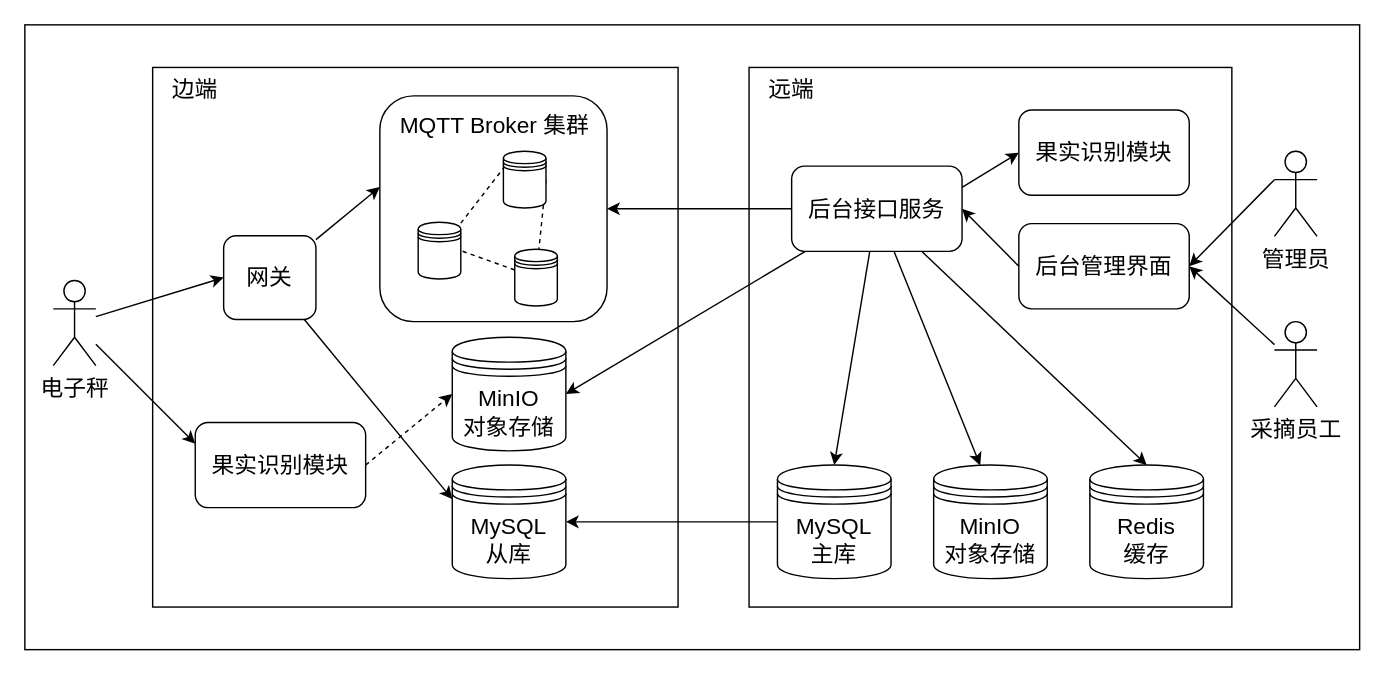
Before: design/软件部署架构图.dio in akynazh/aws, a draw.io diagram. Source tidied: cells renumbered, new cells numbered last; positions are measured from the earlier drawing's top-left corner, leaving out a move shared by most shapes. Both pictures are drawn from the tidied source at 142%, with x=0, y=0 at pixel (24, 24).
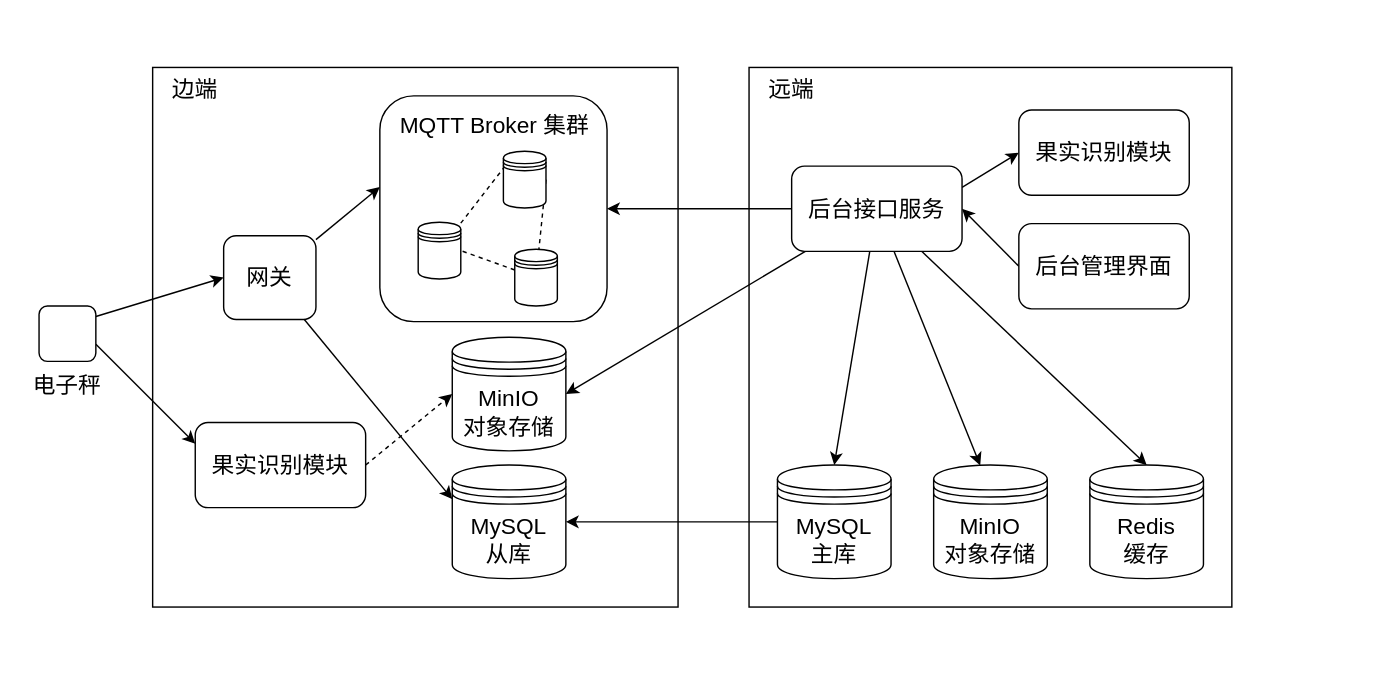
The same page after the edit.

Unchanged cells that the change refers to:
```xml
<mxCell id="10" value="网关" style="rounded=1;whiteSpace=wrap;html=1;fontFamily=Songti SC;fontSize=16;" parent="1" vertex="1">
  <mxGeometry x="140" y="148.5" width="65" height="59" as="geometry" />
</mxCell>
<mxCell id="19" value="后台管理界面" style="rounded=1;whiteSpace=wrap;html=1;fontFamily=Songti SC;fontSize=16;" parent="1" vertex="1">
  <mxGeometry x="700" y="140" width="120" height="60" as="geometry" />
</mxCell>
<mxCell id="33" value="果实识别模块" style="rounded=1;whiteSpace=wrap;html=1;fontFamily=Songti SC;fontSize=16;" parent="1" vertex="1">
  <mxGeometry x="120" y="280" width="120" height="60" as="geometry" />
</mxCell>
```

What changed in the source:
```diff
@@
-    <mxCell id="2" style="rounded=0;whiteSpace=wrap;html=1;" parent="1" vertex="1">
-      <mxGeometry width="940" height="440" as="geometry" />
-    </mxCell>
@@
-    <mxCell id="20" style="edgeStyle=none;html=1;entryX=1;entryY=0.5;entryDx=0;entryDy=0;fontFamily=Songti SC;fontSize=16;exitX=0;exitY=0.3333333333333333;exitDx=0;exitDy=0;exitPerimeter=0;" parent="1" edge="1" source="21" target="19">
-      <mxGeometry relative="1" as="geometry" />
-    </mxCell>
-    <mxCell id="21" value="管理员" style="shape=umlActor;verticalLabelPosition=bottom;verticalAlign=top;html=1;outlineConnect=0;fontFamily=Songti SC;fontSize=16;" parent="1" vertex="1">
-      <mxGeometry x="880" y="89" width="30" height="60" as="geometry" />
-    </mxCell>
@@
-    <mxCell id="35" style="edgeStyle=none;html=1;entryX=1;entryY=0.5;entryDx=0;entryDy=0;fontFamily=Songti SC;fontSize=16;" parent="1" edge="1" source="36" target="19">
-      <mxGeometry relative="1" as="geometry" />
-    </mxCell>
-    <mxCell id="36" value="采摘员工" style="shape=umlActor;verticalLabelPosition=bottom;verticalAlign=top;html=1;outlineConnect=0;fontFamily=Songti SC;fontSize=16;" parent="1" vertex="1">
-      <mxGeometry x="880" y="209" width="30" height="60" as="geometry" />
-    </mxCell>
@@
-    <mxCell id="38" style="edgeStyle=none;html=1;entryX=0;entryY=0.5;entryDx=0;entryDy=0;" parent="1" edge="1" source="40" target="10">
-      <mxGeometry relative="1" as="geometry" />
+    <mxCell id="38" style="edgeStyle=none;html=1;entryX=0;entryY=0.5;entryDx=0;entryDy=0;" parent="1" edge="1" target="10">
+      <mxGeometry relative="1" as="geometry">
+        <mxPoint x="50" y="205.4" as="sourcePoint" />
+      </mxGeometry>
     </mxCell>
-    <mxCell id="39" style="edgeStyle=none;html=1;entryX=0;entryY=0.25;entryDx=0;entryDy=0;" parent="1" edge="1" source="40" target="33">
-      <mxGeometry relative="1" as="geometry" />
+    <mxCell id="39" style="edgeStyle=none;html=1;entryX=0;entryY=0.25;entryDx=0;entryDy=0;" parent="1" edge="1" target="33">
+      <mxGeometry relative="1" as="geometry">
+        <mxPoint x="50" y="225" as="sourcePoint" />
+      </mxGeometry>
     </mxCell>
-    <mxCell id="40" value="电子秤" style="shape=umlActor;verticalLabelPosition=bottom;verticalAlign=top;html=1;outlineConnect=0;fontFamily=Songti SC;fontSize=16;" parent="1" vertex="1">
-      <mxGeometry x="20" y="180" width="30" height="60" as="geometry" />
-    </mxCell>
@@
+    <mxCell id="43" style="rounded=1;whiteSpace=wrap;html=1;" parent="1" vertex="1">
+      <mxGeometry x="10" y="198" width="40" height="39" as="geometry" />
+    </mxCell>
+    <mxCell id="40" value="&lt;font style=&quot;font-size: 16px;&quot; face=&quot;Songti SC&quot;&gt;电子秤&lt;/font&gt;" style="text;html=1;align=center;verticalAlign=middle;whiteSpace=wrap;rounded=0;" parent="1" vertex="1">
+      <mxGeometry y="239" width="60" height="30" as="geometry" />
+    </mxCell>
```
